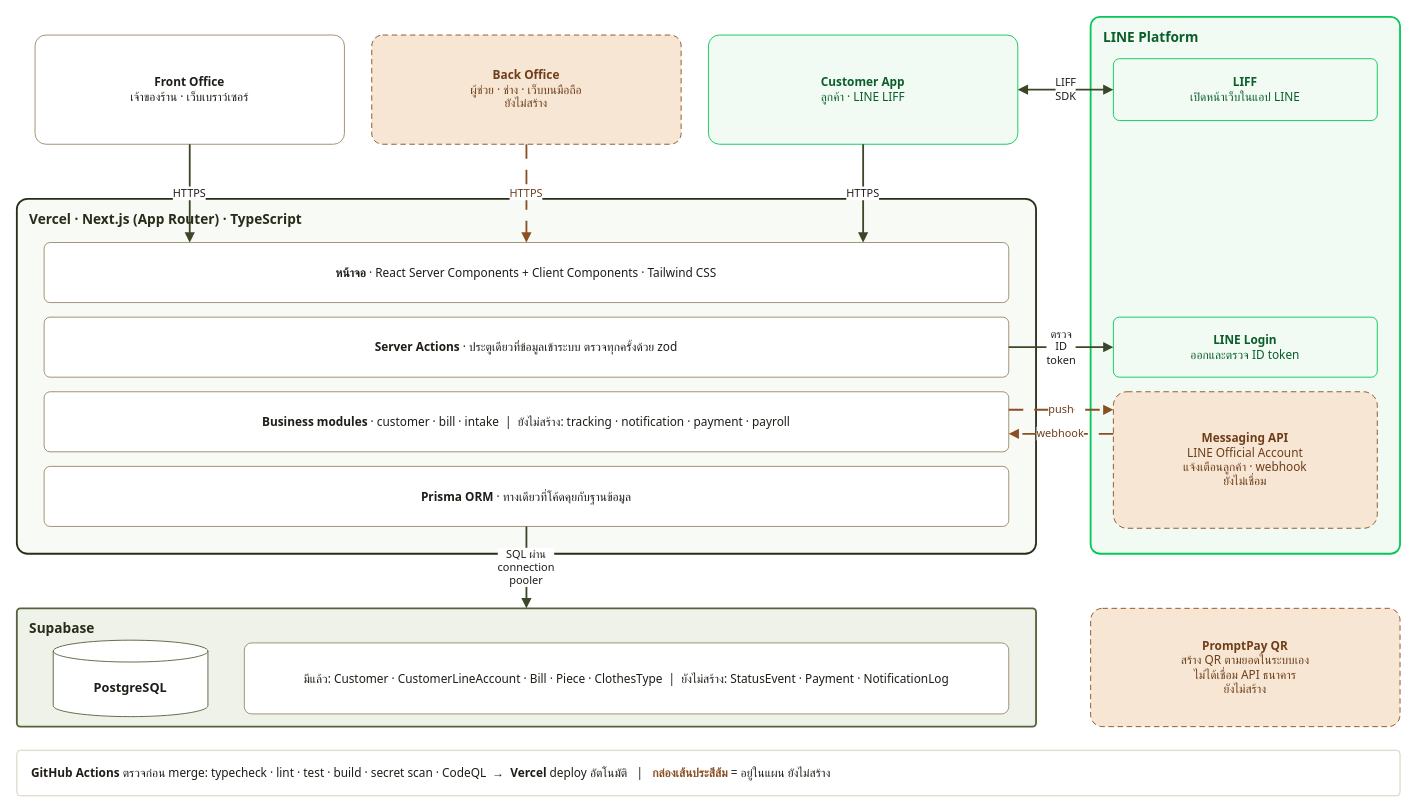
peeranat45/sriborisud-laundry keeps this draw.io diagram as page "6 System Architecture" (9 of 10) of docs/proposal/proposal-diagrams.drawio. Above is the earlier version. Source tidied: cells renumbered, new cells numbered last; positions are measured from the earlier drawing's top-left corner, leaving out a move shared by most shapes. Both pictures are drawn from the tidied source at 91%, with x=0, y=0 at pixel (16, 16).
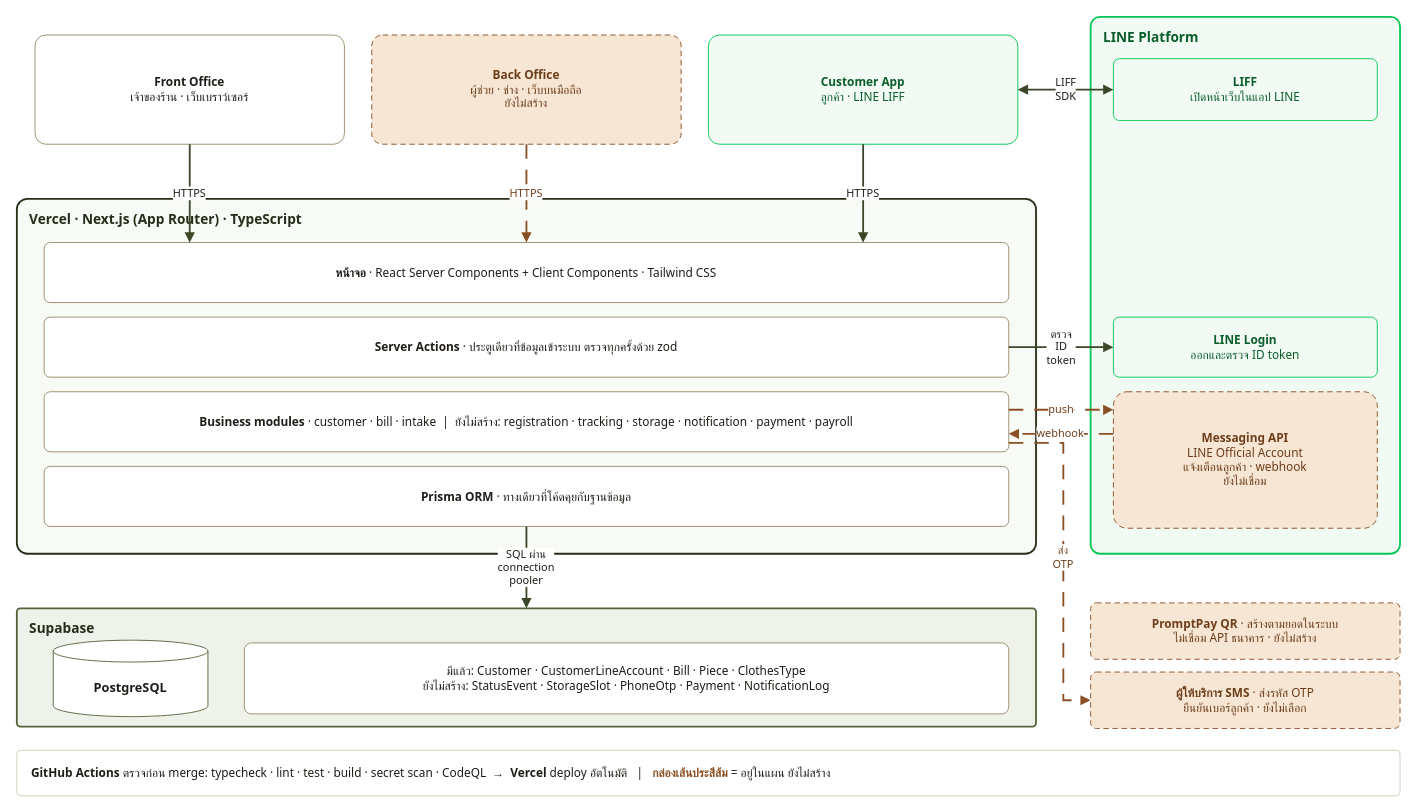
Above is the later version.

The change refers to these unchanged cells:
```xml
<mxCell id="9" value="&lt;b&gt;Prisma ORM&lt;/b&gt; · ทางเดียวที่โค้ดคุยกับฐานข้อมูล" style="fontFamily=Tahoma;html=1;whiteSpace=wrap;rounded=1;arcSize=10;fillColor=#FFFFFF;strokeColor=#9A8A69;fontColor=#201D18;fontSize=13;" parent="1" vertex="1">
  <mxGeometry x="30" y="494" width="1060" height="66" as="geometry" />
</mxCell>
<mxCell id="10" value="Supabase" style="fontFamily=Tahoma;html=1;whiteSpace=wrap;rounded=1;arcSize=3;fillColor=#EEF2E9;strokeColor=#54633B;strokeWidth=2;fontColor=#262E19;fontSize=15;fontStyle=1;verticalAlign=top;align=left;spacingLeft=12;spacingTop=6;" parent="1" vertex="1">
  <mxGeometry y="650" width="1120" height="130" as="geometry" />
</mxCell>
```

The edit, as a diff of the source:
```diff
@@
-    <mxCell id="8" value="&lt;b&gt;Business modules&lt;/b&gt; · customer · bill · intake &amp;nbsp;|&amp;nbsp; ยังไม่สร้าง: tracking · notification · payment · payroll" style="fontFamily=Tahoma;html=1;whiteSpace=wrap;rounded=1;arcSize=10;fillColor=#FFFFFF;strokeColor=#9A8A69;fontColor=#201D18;fontSize=13;" parent="1" vertex="1">
+    <mxCell id="8" value="&lt;b&gt;Business modules&lt;/b&gt; · customer · bill · intake &amp;nbsp;|&amp;nbsp; ยังไม่สร้าง: registration · tracking · storage · notification · payment · payroll" style="fontFamily=Tahoma;html=1;whiteSpace=wrap;rounded=1;arcSize=10;fillColor=#FFFFFF;strokeColor=#9A8A69;fontColor=#201D18;fontSize=13;" parent="1" vertex="1">
       <mxGeometry x="30" y="412" width="1060" height="66" as="geometry" />
     </mxCell>
@@
-    <mxCell id="12" value="มีแล้ว: Customer · CustomerLineAccount · Bill · Piece · ClothesType &amp;nbsp;|&amp;nbsp; ยังไม่สร้าง: StatusEvent · Payment · NotificationLog" style="fontFamily=Tahoma;html=1;whiteSpace=wrap;rounded=1;arcSize=10;fillColor=#FFFFFF;strokeColor=#9A8A69;fontColor=#201D18;fontSize=13;" parent="1" vertex="1">
+    <mxCell id="12" value="มีแล้ว: Customer · CustomerLineAccount · Bill · Piece · ClothesType&lt;br&gt;ยังไม่สร้าง: StatusEvent · StorageSlot · PhoneOtp · Payment · NotificationLog" style="fontFamily=Tahoma;html=1;whiteSpace=wrap;rounded=1;arcSize=10;fillColor=#FFFFFF;strokeColor=#9A8A69;fontColor=#201D18;fontSize=13;" parent="1" vertex="1">
       <mxGeometry x="250" y="688" width="840" height="78" as="geometry" />
     </mxCell>
@@
-    <mxCell id="17" value="&lt;b&gt;PromptPay QR&lt;/b&gt;&lt;br&gt;สร้าง QR ตามยอดในระบบเอง&lt;br&gt;ไม่ได้เชื่อม API ธนาคาร&lt;br&gt;ยังไม่สร้าง" style="fontFamily=Tahoma;html=1;whiteSpace=wrap;rounded=1;arcSize=10;fillColor=#F6E6D3;strokeColor=#8A4F23;fontColor=#6E3E1B;fontSize=13;dashed=1;dashPattern=6 4;" parent="1" vertex="1">
-      <mxGeometry x="1180" y="650" width="340" height="130" as="geometry" />
+    <mxCell id="17" value="&lt;b&gt;PromptPay QR&lt;/b&gt; · สร้างตามยอดในระบบ&lt;br&gt;ไม่เชื่อม API ธนาคาร · ยังไม่สร้าง" style="fontFamily=Tahoma;html=1;whiteSpace=wrap;rounded=1;arcSize=10;fillColor=#F6E6D3;strokeColor=#8A4F23;fontColor=#6E3E1B;fontSize=13;dashed=1;dashPattern=6 4;" parent="1" vertex="1">
+      <mxGeometry x="1180" y="644" width="340" height="62" as="geometry" />
     </mxCell>
+    <mxCell id="27" value="&lt;b&gt;ผู้ให้บริการ SMS&lt;/b&gt; · ส่งรหัส OTP&lt;br&gt;ยืนยันเบอร์ลูกค้า · ยังไม่เลือก" style="fontFamily=Tahoma;html=1;whiteSpace=wrap;rounded=1;arcSize=10;fillColor=#F6E6D3;strokeColor=#8A4F23;fontColor=#6E3E1B;fontSize=13;dashed=1;dashPattern=6 4;" parent="1" vertex="1">
+      <mxGeometry x="1180" y="720" width="340" height="62" as="geometry" />
+    </mxCell>
@@
-    <mxCell id="25" value="SQL ผ่าน connection pooler" style="fontFamily=Tahoma;html=1;whiteSpace=wrap;edgeStyle=orthogonalEdgeStyle;rounded=0;endArrow=block;endFill=1;fontSize=12;labelBackgroundColor=#FFFFFF;exitX=0.5;exitY=1;exitDx=0;exitDy=0;entryX=0.5;entryY=0;entryDx=0;entryDy=0;strokeColor=#3C4729;strokeWidth=2;fontColor=#201D18;" parent="1" edge="1" source="9" target="10">
-      <mxGeometry relative="1" as="geometry" />
+    <mxCell id="25" value="ส่ง OTP" style="fontFamily=Tahoma;html=1;whiteSpace=wrap;edgeStyle=orthogonalEdgeStyle;rounded=0;endArrow=block;endFill=1;fontSize=12;labelBackgroundColor=#FFFFFF;exitX=1;exitY=0.85;exitDx=0;exitDy=0;entryX=0;entryY=0.5;entryDx=0;entryDy=0;strokeColor=#8A4F23;strokeWidth=2;dashed=1;dashPattern=8 6;fontColor=#6E3E1B;" parent="1" edge="1" source="8" target="27">
+      <mxGeometry relative="1" as="geometry">
+        <Array as="points">
+          <mxPoint x="1150" y="468.1" />
+          <mxPoint x="1150" y="751" />
+        </Array>
+      </mxGeometry>
     </mxCell>
+    <mxCell id="28" value="SQL ผ่าน connection pooler" style="fontFamily=Tahoma;html=1;whiteSpace=wrap;edgeStyle=orthogonalEdgeStyle;rounded=0;endArrow=block;endFill=1;fontSize=12;labelBackgroundColor=#FFFFFF;exitX=0.5;exitY=1;exitDx=0;exitDy=0;entryX=0.5;entryY=0;entryDx=0;entryDy=0;strokeColor=#3C4729;strokeWidth=2;fontColor=#201D18;" parent="1" edge="1" source="9" target="10">
+      <mxGeometry relative="1" as="geometry" />
+    </mxCell>
```
